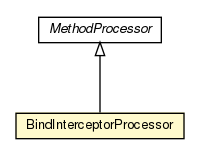
Above: javadocs/main/org/androidtransfuse/analysis/module/BindInterceptorProcessor.png in johncarl81/transfuse (Graphviz), before the change. Its source is kept beside it as javadocs/main/org/androidtransfuse/analysis/module/BindInterceptorProcessor.dot.
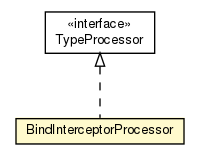
After the commit.

What changed in the source:
```diff
@@ -4,15 +4,16 @@
 	node [fontname="Helvetica",fontsize=10,shape=plaintext];
 	nodesep=0.25;
 	ranksep=0.5;
-	c53351 [label=<<table title="org.androidtransfuse.analysis.module.MethodProcessor" border="0" cellborder="1" cellspacing="0" cellpadding="2" port="p" href="./MethodProcessor.html">
+	c57381 [label=<<table title="org.androidtransfuse.analysis.module.TypeProcessor" border="0" cellborder="1" cellspacing="0" cellpadding="2" port="p" href="./TypeProcessor.html">
 		<tr><td><table border="0" cellspacing="0" cellpadding="1">
-<tr><td align="center" balign="center"><font face="Helvetica-Oblique"> MethodProcessor </font></td></tr>
+<tr><td align="center" balign="center"> &#171;interface&#187; </td></tr>
+<tr><td align="center" balign="center"> TypeProcessor </td></tr>
 		</table></td></tr>
 		</table>>, fontname="Helvetica", fontcolor="black", fontsize=10.0];
-	c53352 [label=<<table title="org.androidtransfuse.analysis.module.BindInterceptorProcessor" border="0" cellborder="1" cellspacing="0" cellpadding="2" port="p" bgcolor="lemonChiffon" href="./BindInterceptorProcessor.html">
+	c57389 [label=<<table title="org.androidtransfuse.analysis.module.BindInterceptorProcessor" border="0" cellborder="1" cellspacing="0" cellpadding="2" port="p" bgcolor="lemonChiffon" href="./BindInterceptorProcessor.html">
 		<tr><td><table border="0" cellspacing="0" cellpadding="1">
 <tr><td align="center" balign="center"> BindInterceptorProcessor </td></tr>
 		</table></td></tr>
 		</table>>, fontname="Helvetica", fontcolor="black", fontsize=10.0];
-	c53351:p -> c53352:p [dir=back,arrowtail=empty];
+	c57381:p -> c57389:p [dir=back,arrowtail=empty,style=dashed];
 }
```
